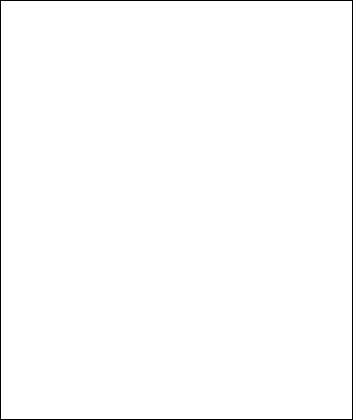
Above: exercise/uml/submission/sec02/nurfarahadibah/UC6.drawio.png in drshahizan/software-engineering (draw.io), before the change. Source tidied: cells renumbered, new cells last; positions are measured from the earlier drawing's top-left corner, leaving out a move shared by most shapes. The source it was exported from:
```xml
<mxGraphModel>
  <root>
    <mxCell id="0" />
    <mxCell id="1" parent="0" />
    <mxCell id="2" style="rounded=0;whiteSpace=wrap;html=1;fontSize=16;" parent="1" vertex="1">
      <mxGeometry width="352" height="419" as="geometry" />
    </mxCell>
  </root>
</mxGraphModel>
```
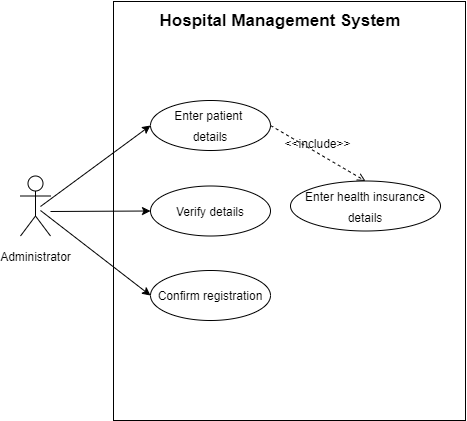
After the change.

Diff of the diagram source:
```diff
@@ -2,8 +2,44 @@
   <root>
     <mxCell id="0" />
     <mxCell id="1" parent="0" />
-    <mxCell id="2" style="rounded=0;whiteSpace=wrap;html=1;fontSize=16;" parent="1" vertex="1">
+    <mxCell id="2" style="rounded=0;whiteSpace=wrap;html=1;fontSize=16;fillColor=none;" parent="1" vertex="1">
       <mxGeometry width="352" height="419" as="geometry" />
     </mxCell>
+    <mxCell id="3" value="&lt;font style=&quot;font-size: 12px;&quot; face=&quot;Helvetica&quot;&gt;Administrator&lt;/font&gt;" style="shape=umlActor;verticalLabelPosition=bottom;verticalAlign=top;html=1;hachureGap=4;fontFamily=Architects Daughter;fontSource=https%3A%2F%2Ffonts.googleapis.com%2Fcss%3Ffamily%3DArchitects%2BDaughter;fontSize=20;fillColor=none;" parent="1" vertex="1">
+      <mxGeometry x="-93" y="174.5" width="30" height="60" as="geometry" />
+    </mxCell>
+    <mxCell id="4" value="&lt;h1 style=&quot;font-size: 17px;&quot;&gt;Hospital Management System&lt;/h1&gt;" style="text;html=1;strokeColor=none;fillColor=none;spacing=5;spacingTop=-20;whiteSpace=wrap;overflow=hidden;rounded=0;sketch=0;hachureGap=4;jiggle=2;curveFitting=1;fontFamily=Helvetica;fontSize=17;align=center;" parent="1" vertex="1">
+      <mxGeometry x="17" y="9" width="300" height="40" as="geometry" />
+    </mxCell>
+    <mxCell id="5" value="&lt;font style=&quot;font-size: 12px;&quot;&gt;Confirm registration&lt;/font&gt;" style="ellipse;whiteSpace=wrap;html=1;sketch=0;hachureGap=4;jiggle=2;curveFitting=1;fontFamily=Helvetica;fontSize=17;fillColor=none;" parent="1" vertex="1">
+      <mxGeometry x="37" y="269" width="120" height="50" as="geometry" />
+    </mxCell>
+    <mxCell id="6" value="&lt;span style=&quot;font-size: 12px;&quot;&gt;Enter health insurance details&lt;/span&gt;" style="ellipse;whiteSpace=wrap;html=1;sketch=0;hachureGap=4;jiggle=2;curveFitting=1;fontFamily=Helvetica;fontSize=17;fillColor=none;" parent="1" vertex="1">
+      <mxGeometry x="177" y="179.5" width="150" height="50" as="geometry" />
+    </mxCell>
+    <mxCell id="7" value="&lt;span style=&quot;font-size: 12px;&quot;&gt;Verify details&lt;/span&gt;" style="ellipse;whiteSpace=wrap;html=1;sketch=0;hachureGap=4;jiggle=2;curveFitting=1;fontFamily=Helvetica;fontSize=17;fillColor=none;" parent="1" vertex="1">
+      <mxGeometry x="37" y="184.5" width="120" height="50" as="geometry" />
+    </mxCell>
+    <mxCell id="8" value="&lt;span style=&quot;font-size: 12px;&quot;&gt;Enter patient&amp;nbsp;&lt;br&gt;details&lt;br&gt;&lt;/span&gt;" style="ellipse;whiteSpace=wrap;html=1;sketch=0;hachureGap=4;jiggle=2;curveFitting=1;fontFamily=Helvetica;fontSize=17;fillColor=none;" parent="1" vertex="1">
+      <mxGeometry x="37" y="99" width="120" height="50" as="geometry" />
+    </mxCell>
+    <mxCell id="9" style="endArrow=classic;html=1;hachureGap=4;fontFamily=Helvetica;fontSize=12;entryX=0;entryY=0.5;entryDx=0;entryDy=0;" parent="1" edge="1" target="8">
+      <mxGeometry relative="1" as="geometry">
+        <mxPoint x="-73" y="205" as="sourcePoint" />
+      </mxGeometry>
+    </mxCell>
+    <mxCell id="10" value="&amp;lt;&amp;lt;include&amp;gt;&amp;gt;" style="html=1;verticalAlign=bottom;labelBackgroundColor=none;endArrow=open;endFill=0;dashed=1;hachureGap=4;fontFamily=Helvetica;fontSize=12;exitX=1;exitY=0.5;exitDx=0;exitDy=0;entryX=0.5;entryY=0;entryDx=0;entryDy=0;" parent="1" edge="1" source="8" target="6">
+      <mxGeometry relative="1" as="geometry" />
+    </mxCell>
+    <mxCell id="11" style="endArrow=classic;html=1;sketch=0;hachureGap=4;jiggle=2;curveFitting=1;fontFamily=Helvetica;fontSize=12;entryX=0;entryY=0.5;entryDx=0;entryDy=0;" parent="1" edge="1" target="7">
+      <mxGeometry relative="1" as="geometry">
+        <mxPoint x="-63" y="210" as="sourcePoint" />
+      </mxGeometry>
+    </mxCell>
+    <mxCell id="12" style="endArrow=classic;html=1;sketch=0;hachureGap=4;jiggle=2;curveFitting=1;fontFamily=Helvetica;fontSize=12;entryX=0;entryY=0.5;entryDx=0;entryDy=0;" parent="1" edge="1" target="5">
+      <mxGeometry relative="1" as="geometry">
+        <mxPoint x="-73" y="209" as="sourcePoint" />
+      </mxGeometry>
+    </mxCell>
   </root>
 </mxGraphModel>
```
